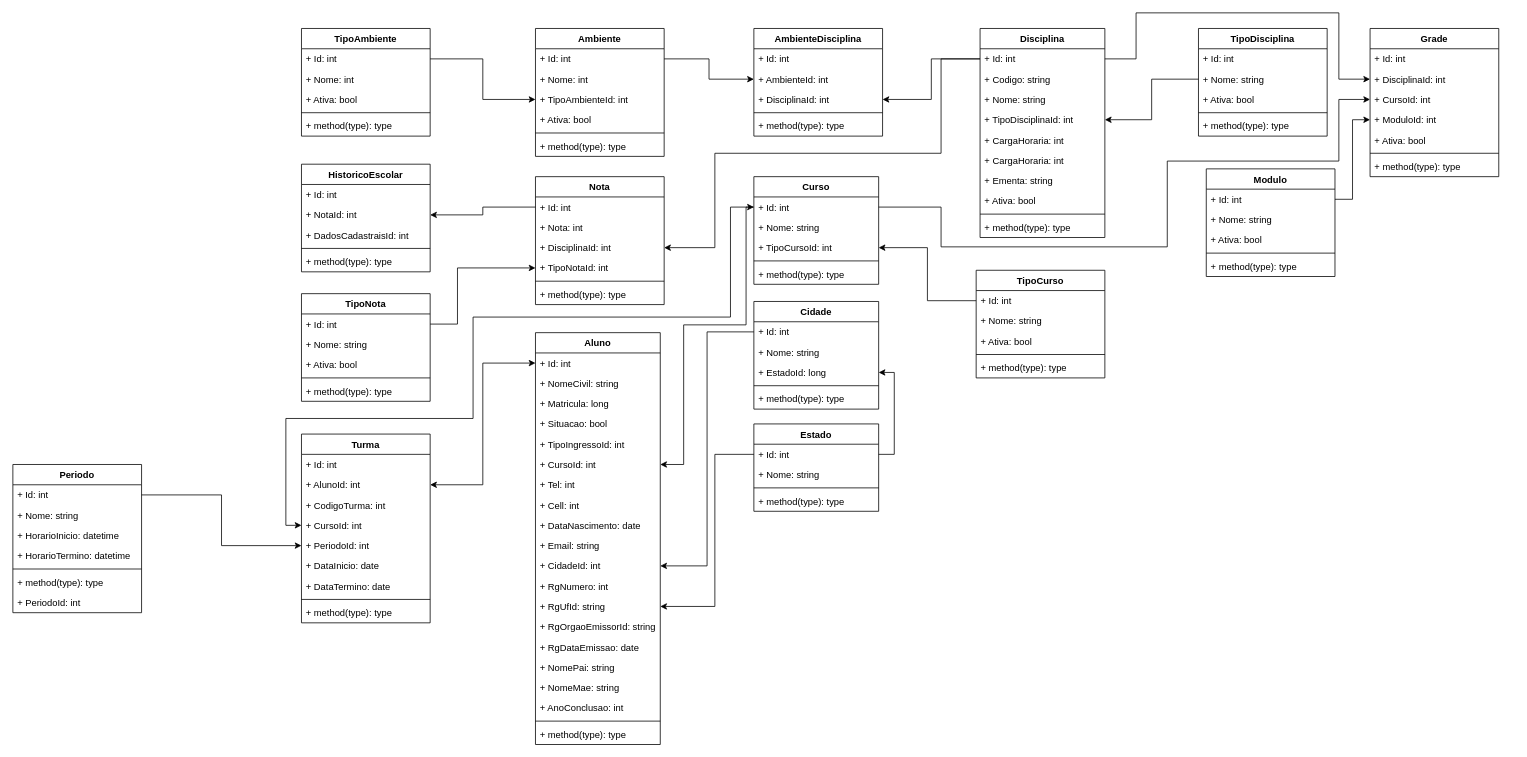
Mathschmidt/POO-Abstracao keeps this draw.io diagram as page "POO - Diagrama de Classe" (2 of 2) of DiagramaDeClasse.drawio. Above is the earlier version. Source tidied: cells renumbered, new cells numbered last; positions are measured from the earlier drawing's top-left corner, leaving out a move shared by most shapes. Both pictures are drawn from the tidied source at 78%, with x=0, y=0 at pixel (12, 12).
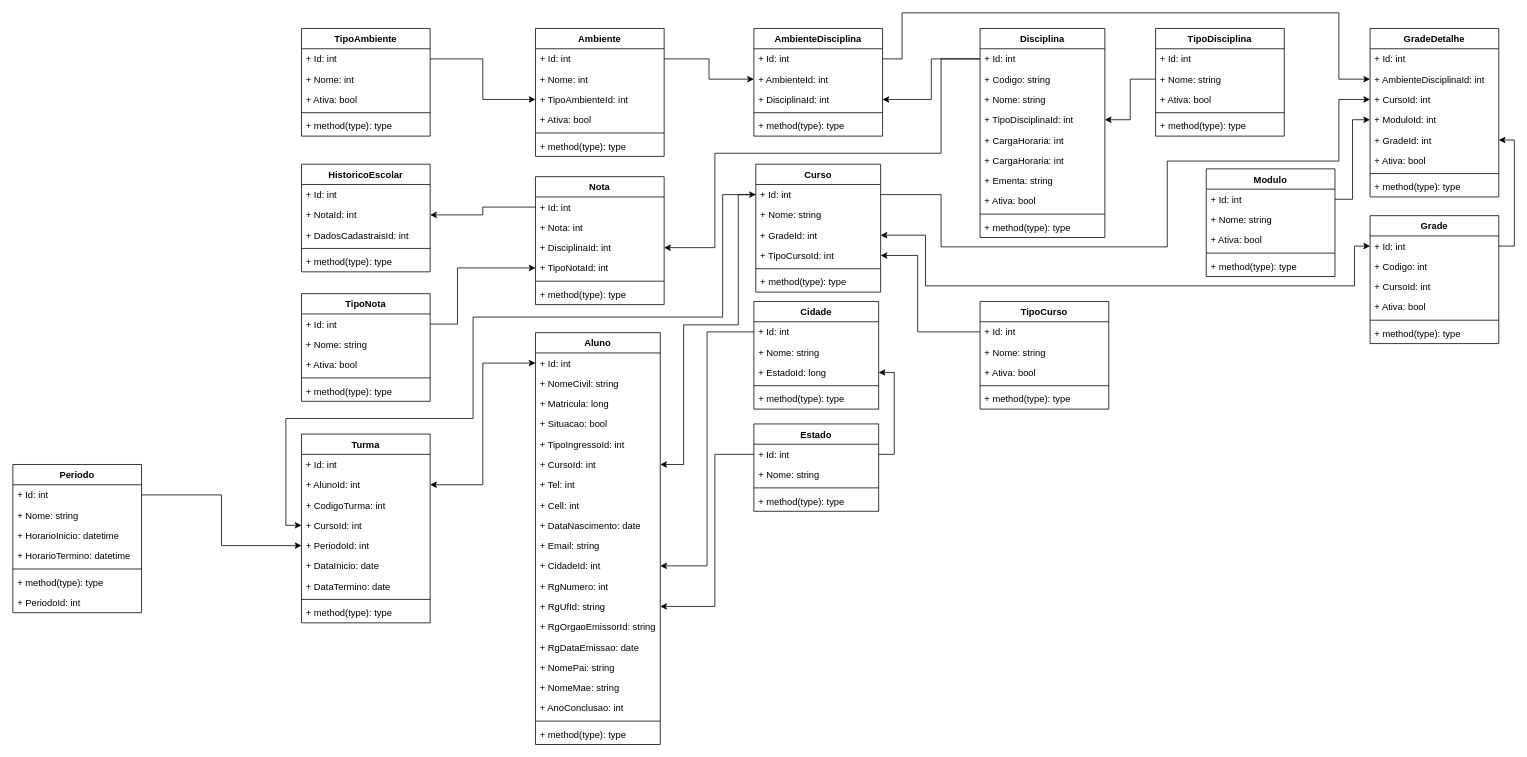
Above is the later version.

Commit message:
CriandoParte4Academico_DiagramaDeClasse.drawio

Unchanged cells that the change refers to:
```xml
<mxCell id="3" value="+ Id: int" style="text;strokeColor=none;fillColor=none;align=left;verticalAlign=top;spacingLeft=4;spacingRight=4;overflow=hidden;points=[[0,0.5],[1,0.5]];portConstraint=eastwest;" parent="2" vertex="1">
  <mxGeometry y="26" width="160" height="26" as="geometry" />
</mxCell>
<mxCell id="35" value="+ Id: int" style="text;strokeColor=none;fillColor=none;align=left;verticalAlign=top;spacingLeft=4;spacingRight=4;overflow=hidden;points=[[0,0.5],[1,0.5]];portConstraint=eastwest;" parent="34" vertex="1">
  <mxGeometry y="26" width="165" height="26" as="geometry" />
</mxCell>
<mxCell id="48" value="+ CursoId: int" style="text;strokeColor=none;fillColor=none;align=left;verticalAlign=top;spacingLeft=4;spacingRight=4;overflow=hidden;points=[[0,0.5],[1,0.5]];portConstraint=eastwest;" parent="42" vertex="1">
  <mxGeometry y="156" width="160" height="26" as="geometry" />
</mxCell>
<mxCell id="64" value="+ Id: int" style="text;strokeColor=none;fillColor=none;align=left;verticalAlign=top;spacingLeft=4;spacingRight=4;overflow=hidden;points=[[0,0.5],[1,0.5]];portConstraint=eastwest;" parent="63" vertex="1">
  <mxGeometry y="26" width="160" height="26" as="geometry" />
</mxCell>
<mxCell id="109" value="+ CursoId: int" style="text;strokeColor=none;fillColor=none;align=left;verticalAlign=top;spacingLeft=4;spacingRight=4;overflow=hidden;points=[[0,0.5],[1,0.5]];portConstraint=eastwest;" parent="105" vertex="1">
  <mxGeometry y="104" width="165" height="26" as="geometry" />
</mxCell>
<mxCell id="129" value="+ CursoId: int" style="text;strokeColor=none;fillColor=none;align=left;verticalAlign=top;spacingLeft=4;spacingRight=4;overflow=hidden;points=[[0,0.5],[1,0.5]];portConstraint=eastwest;" parent="126" vertex="1">
  <mxGeometry y="78" width="165" height="26" as="geometry" />
</mxCell>
<mxCell id="135" value="+ Id: int" style="text;strokeColor=none;fillColor=none;align=left;verticalAlign=top;spacingLeft=4;spacingRight=4;overflow=hidden;points=[[0,0.5],[1,0.5]];portConstraint=eastwest;" parent="134" vertex="1">
  <mxGeometry y="26" width="165" height="26" as="geometry" />
</mxCell>
```

Change to the diagram source:
```diff
@@
     <mxCell id="13" value="TipoDisciplina" style="swimlane;fontStyle=1;align=center;verticalAlign=top;horizontal=1;startSize=26;" parent="1" vertex="1">
-      <mxGeometry x="1520" y="20" width="165" height="138" as="geometry" />
+      <mxGeometry x="1465" y="20" width="165" height="138" as="geometry" />
     </mxCell>
@@
     <mxCell id="63" value="Curso" style="swimlane;fontStyle=1;align=center;verticalAlign=top;horizontal=1;startSize=26;" parent="1" vertex="1">
-      <mxGeometry x="950" y="210" width="160" height="138" as="geometry" />
+      <mxGeometry x="952.5" y="194" width="160" height="164" as="geometry" />
     </mxCell>
@@
+    <mxCell id="151" value="+ GradeId: int" style="text;strokeColor=none;fillColor=none;align=left;verticalAlign=top;spacingLeft=4;spacingRight=4;overflow=hidden;points=[[0,0.5],[1,0.5]];portConstraint=eastwest;" parent="63" vertex="1">
+      <mxGeometry y="78" width="160" height="26" as="geometry" />
+    </mxCell>
     <mxCell id="66" value="+ TipoCursoId: int" style="text;strokeColor=none;fillColor=none;align=left;verticalAlign=top;spacingLeft=4;spacingRight=4;overflow=hidden;points=[[0,0.5],[1,0.5]];portConstraint=eastwest;" parent="63" vertex="1">
-      <mxGeometry y="78" width="160" height="26" as="geometry" />
+      <mxGeometry y="104" width="160" height="26" as="geometry" />
     </mxCell>
     <mxCell id="67" style="line;strokeWidth=1;fillColor=none;align=left;verticalAlign=middle;spacingTop=-1;spacingLeft=3;spacingRight=3;labelPosition=right;" parent="63" vertex="1">
-      <mxGeometry y="104" width="160" height="8" as="geometry" />
+      <mxGeometry y="130" width="160" height="8" as="geometry" />
     </mxCell>
     <mxCell id="68" value="+ method(type): type" style="text;strokeColor=none;fillColor=none;align=left;verticalAlign=top;spacingLeft=4;spacingRight=4;overflow=hidden;" parent="63" vertex="1">
-      <mxGeometry y="112" width="160" height="26" as="geometry" />
+      <mxGeometry y="138" width="160" height="26" as="geometry" />
     </mxCell>
@@
     <mxCell id="124" style="edgeStyle=orthogonalEdgeStyle;rounded=0;jettySize=auto;html=1;exitX=0;exitY=0.5;exitDx=0;exitDy=0;entryX=0;entryY=0.5;entryDx=0;entryDy=0;startArrow=classic;startFill=1;" parent="1" edge="1" source="64" target="109">
       <mxGeometry relative="1" as="geometry">
         <Array as="points">
-          <mxPoint x="920" y="249" />
-          <mxPoint x="920" y="390" />
+          <mxPoint x="910" y="233" />
+          <mxPoint x="910" y="390" />
           <mxPoint x="590" y="390" />
           <mxPoint x="590" y="520" />
           <mxPoint x="350" y="520" />
           <mxPoint x="350" y="657" />
         </Array>
       </mxGeometry>
     </mxCell>
@@
-    <mxCell id="126" value="Grade" style="swimlane;fontStyle=1;align=center;verticalAlign=top;horizontal=1;startSize=26;" parent="1" vertex="1">
-      <mxGeometry x="1740" y="20" width="165" height="190" as="geometry" />
+    <mxCell id="126" value="GradeDetalhe" style="swimlane;fontStyle=1;align=center;verticalAlign=top;horizontal=1;startSize=26;" parent="1" vertex="1">
+      <mxGeometry x="1740" y="20" width="165" height="216" as="geometry" />
     </mxCell>
@@
-    <mxCell id="128" value="+ DisciplinaId: int" style="text;strokeColor=none;fillColor=none;align=left;verticalAlign=top;spacingLeft=4;spacingRight=4;overflow=hidden;points=[[0,0.5],[1,0.5]];portConstraint=eastwest;" parent="126" vertex="1">
+    <mxCell id="128" value="+ AmbienteDisciplinaId: int" style="text;strokeColor=none;fillColor=none;align=left;verticalAlign=top;spacingLeft=4;spacingRight=4;overflow=hidden;points=[[0,0.5],[1,0.5]];portConstraint=eastwest;" parent="126" vertex="1">
       <mxGeometry y="52" width="165" height="26" as="geometry" />
     </mxCell>
@@
+    <mxCell id="152" value="+ GradeId: int" style="text;strokeColor=none;fillColor=none;align=left;verticalAlign=top;spacingLeft=4;spacingRight=4;overflow=hidden;points=[[0,0.5],[1,0.5]];portConstraint=eastwest;" parent="126" vertex="1">
+      <mxGeometry y="130" width="165" height="26" as="geometry" />
+    </mxCell>
     <mxCell id="131" value="+ Ativa: bool" style="text;strokeColor=none;fillColor=none;align=left;verticalAlign=top;spacingLeft=4;spacingRight=4;overflow=hidden;" parent="126" vertex="1">
-      <mxGeometry y="130" width="165" height="26" as="geometry" />
+      <mxGeometry y="156" width="165" height="26" as="geometry" />
     </mxCell>
     <mxCell id="132" style="line;strokeWidth=1;fillColor=none;align=left;verticalAlign=middle;spacingTop=-1;spacingLeft=3;spacingRight=3;labelPosition=right;" parent="126" vertex="1">
-      <mxGeometry y="156" width="165" height="8" as="geometry" />
+      <mxGeometry y="182" width="165" height="8" as="geometry" />
     </mxCell>
     <mxCell id="133" value="+ method(type): type" style="text;strokeColor=none;fillColor=none;align=left;verticalAlign=top;spacingLeft=4;spacingRight=4;overflow=hidden;" parent="126" vertex="1">
-      <mxGeometry y="164" width="165" height="26" as="geometry" />
+      <mxGeometry y="190" width="165" height="26" as="geometry" />
     </mxCell>
     <mxCell id="134" value="TipoCurso" style="swimlane;fontStyle=1;align=center;verticalAlign=top;horizontal=1;startSize=26;" parent="1" vertex="1">
-      <mxGeometry x="1235" y="330" width="165" height="138" as="geometry" />
+      <mxGeometry x="1240" y="370" width="165" height="138" as="geometry" />
     </mxCell>
@@
     <mxCell id="140" style="edgeStyle=orthogonalEdgeStyle;rounded=0;jettySize=auto;html=1;entryX=1;entryY=0.5;entryDx=0;entryDy=0;startArrow=none;startFill=0;" parent="1" edge="1" source="135" target="66">
-      <mxGeometry relative="1" as="geometry" />
+      <mxGeometry relative="1" as="geometry">
+        <Array as="points">
+          <mxPoint x="1160" y="409" />
+          <mxPoint x="1160" y="311" />
+        </Array>
+      </mxGeometry>
     </mxCell>
@@
     <mxCell id="148" style="edgeStyle=orthogonalEdgeStyle;rounded=0;jettySize=auto;html=1;exitX=1;exitY=0.5;exitDx=0;exitDy=0;entryX=0;entryY=0.5;entryDx=0;entryDy=0;startArrow=none;startFill=0;" parent="1" edge="1" source="64" target="129">
       <mxGeometry relative="1" as="geometry">
         <Array as="points">
-          <mxPoint x="1190" y="249" />
+          <mxPoint x="1190" y="233" />
           <mxPoint x="1190" y="300" />
           <mxPoint x="1480" y="300" />
           <mxPoint x="1480" y="190" />
           <mxPoint x="1700" y="190" />
           <mxPoint x="1700" y="111" />
         </Array>
       </mxGeometry>
     </mxCell>
-    <mxCell id="149" style="edgeStyle=orthogonalEdgeStyle;rounded=0;jettySize=auto;html=1;exitX=1;exitY=0.5;exitDx=0;exitDy=0;entryX=0;entryY=0.5;entryDx=0;entryDy=0;startArrow=none;startFill=0;" parent="1" edge="1" source="3" target="128">
+    <mxCell id="149" style="edgeStyle=orthogonalEdgeStyle;rounded=0;jettySize=auto;html=1;exitX=1;exitY=0.5;exitDx=0;exitDy=0;entryX=0;entryY=0.5;entryDx=0;entryDy=0;startArrow=none;startFill=0;" parent="1" edge="1" source="35" target="128">
       <mxGeometry relative="1" as="geometry">
         <Array as="points">
-          <mxPoint x="1440" y="59" />
-          <mxPoint x="1440" />
+          <mxPoint x="1140" y="59" />
+          <mxPoint x="1140" />
           <mxPoint x="1700" />
           <mxPoint x="1700" y="85" />
         </Array>
       </mxGeometry>
     </mxCell>
     <mxCell id="150" style="edgeStyle=orthogonalEdgeStyle;rounded=0;jettySize=auto;html=1;exitX=0;exitY=0.5;exitDx=0;exitDy=0;startArrow=none;startFill=0;" parent="1" edge="1" source="64" target="48">
       <mxGeometry relative="1" as="geometry">
         <Array as="points">
-          <mxPoint x="940" y="249" />
-          <mxPoint x="940" y="400" />
+          <mxPoint x="930" y="233" />
+          <mxPoint x="930" y="400" />
           <mxPoint x="860" y="400" />
           <mxPoint x="860" y="579" />
         </Array>
       </mxGeometry>
     </mxCell>
+    <mxCell id="153" value="Grade" style="swimlane;fontStyle=1;align=center;verticalAlign=top;horizontal=1;startSize=26;" parent="1" vertex="1">
+      <mxGeometry x="1740" y="260" width="165" height="164" as="geometry" />
+    </mxCell>
+    <mxCell id="154" value="+ Id: int" style="text;strokeColor=none;fillColor=none;align=left;verticalAlign=top;spacingLeft=4;spacingRight=4;overflow=hidden;points=[[0,0.5],[1,0.5]];portConstraint=eastwest;" parent="153" vertex="1">
+      <mxGeometry y="26" width="165" height="26" as="geometry" />
+    </mxCell>
+    <mxCell id="155" value="+ Codigo: int" style="text;strokeColor=none;fillColor=none;align=left;verticalAlign=top;spacingLeft=4;spacingRight=4;overflow=hidden;" parent="153" vertex="1">
+      <mxGeometry y="52" width="165" height="26" as="geometry" />
+    </mxCell>
+    <mxCell id="156" value="+ CursoId: int" style="text;strokeColor=none;fillColor=none;align=left;verticalAlign=top;spacingLeft=4;spacingRight=4;overflow=hidden;" parent="153" vertex="1">
+      <mxGeometry y="78" width="165" height="26" as="geometry" />
+    </mxCell>
+    <mxCell id="157" value="+ Ativa: bool" style="text;strokeColor=none;fillColor=none;align=left;verticalAlign=top;spacingLeft=4;spacingRight=4;overflow=hidden;" parent="153" vertex="1">
+      <mxGeometry y="104" width="165" height="26" as="geometry" />
+    </mxCell>
+    <mxCell id="158" style="line;strokeWidth=1;fillColor=none;align=left;verticalAlign=middle;spacingTop=-1;spacingLeft=3;spacingRight=3;labelPosition=right;" parent="153" vertex="1">
+      <mxGeometry y="130" width="165" height="8" as="geometry" />
+    </mxCell>
+    <mxCell id="159" value="+ method(type): type" style="text;strokeColor=none;fillColor=none;align=left;verticalAlign=top;spacingLeft=4;spacingRight=4;overflow=hidden;" parent="153" vertex="1">
+      <mxGeometry y="138" width="165" height="26" as="geometry" />
+    </mxCell>
+    <mxCell id="160" style="edgeStyle=orthogonalEdgeStyle;rounded=0;jettySize=auto;html=1;exitX=1;exitY=0.5;exitDx=0;exitDy=0;entryX=1;entryY=0.5;entryDx=0;entryDy=0;" parent="1" edge="1" source="154" target="152">
+      <mxGeometry relative="1" as="geometry" />
+    </mxCell>
+    <mxCell id="161" style="edgeStyle=orthogonalEdgeStyle;rounded=0;jettySize=auto;html=1;exitX=0;exitY=0.5;exitDx=0;exitDy=0;entryX=1;entryY=0.5;entryDx=0;entryDy=0;startArrow=classic;startFill=1;" parent="1" edge="1" source="154" target="151">
+      <mxGeometry relative="1" as="geometry">
+        <Array as="points">
+          <mxPoint x="1720" y="299" />
+          <mxPoint x="1720" y="350" />
+          <mxPoint x="1170" y="350" />
+          <mxPoint x="1170" y="285" />
+        </Array>
+      </mxGeometry>
+    </mxCell>
```
